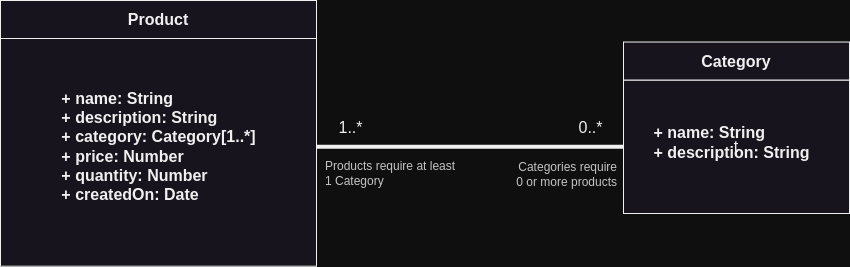
The draw.io diagram screenshots/umlDiagram.png in bmilcs/odin-inventory, before a commit. Source tidied: cells renumbered, new cells last; positions are measured from the earlier drawing's top-left corner, leaving out a move shared by most shapes.
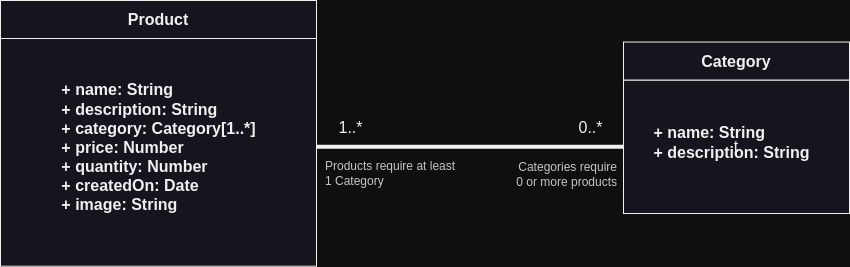
After the change.

Diff of the diagram source:
```diff
@@ -29,8 +29,8 @@
     <mxCell id="10" value="Product" style="rounded=0;whiteSpace=wrap;html=1;fontSize=16;fontStyle=1;" parent="8" vertex="1">
       <mxGeometry width="316" height="38" as="geometry" />
     </mxCell>
-    <mxCell id="11" value="&lt;div style=&quot;text-align: left; font-size: 16px;&quot;&gt;&lt;span style=&quot;background-color: initial; font-size: 16px;&quot;&gt;+ name: String&lt;/span&gt;&lt;/div&gt;&lt;div style=&quot;text-align: left; font-size: 16px;&quot;&gt;&lt;span style=&quot;background-color: initial; font-size: 16px;&quot;&gt;+ description: String&lt;/span&gt;&lt;/div&gt;&lt;div style=&quot;text-align: left; font-size: 16px;&quot;&gt;&lt;span style=&quot;background-color: initial;&quot;&gt;+ category: Category[1..*]&lt;/span&gt;&lt;/div&gt;&lt;div style=&quot;text-align: left; font-size: 16px;&quot;&gt;&lt;span style=&quot;background-color: initial;&quot;&gt;+ price: Number&lt;/span&gt;&lt;/div&gt;&lt;div style=&quot;text-align: left; font-size: 16px;&quot;&gt;&lt;span style=&quot;background-color: initial;&quot;&gt;+ quantity: Number&lt;/span&gt;&lt;/div&gt;&lt;div style=&quot;text-align: left; font-size: 16px;&quot;&gt;+ createdOn: Date&lt;/div&gt;" style="text;html=1;align=center;verticalAlign=middle;strokeColor=none;fillColor=none;fontSize=16;fontStyle=1;" parent="8" vertex="1">
-      <mxGeometry x="52" y="83" width="212" height="127" as="geometry" />
+    <mxCell id="11" value="&lt;div style=&quot;text-align: left; font-size: 16px;&quot;&gt;&lt;span style=&quot;background-color: initial; font-size: 16px;&quot;&gt;+ name: String&lt;/span&gt;&lt;/div&gt;&lt;div style=&quot;text-align: left; font-size: 16px;&quot;&gt;&lt;span style=&quot;background-color: initial; font-size: 16px;&quot;&gt;+ description: String&lt;/span&gt;&lt;/div&gt;&lt;div style=&quot;text-align: left; font-size: 16px;&quot;&gt;&lt;span style=&quot;background-color: initial;&quot;&gt;+ category: Category[1..*]&lt;/span&gt;&lt;/div&gt;&lt;div style=&quot;text-align: left; font-size: 16px;&quot;&gt;&lt;span style=&quot;background-color: initial;&quot;&gt;+ price: Number&lt;/span&gt;&lt;/div&gt;&lt;div style=&quot;text-align: left; font-size: 16px;&quot;&gt;&lt;span style=&quot;background-color: initial;&quot;&gt;+ quantity: Number&lt;/span&gt;&lt;/div&gt;&lt;div style=&quot;text-align: left; font-size: 16px;&quot;&gt;+ createdOn: Date&lt;/div&gt;&lt;div style=&quot;text-align: left; font-size: 16px;&quot;&gt;+ image: String&lt;/div&gt;" style="text;html=1;align=center;verticalAlign=middle;strokeColor=none;fillColor=none;fontSize=16;fontStyle=1;" parent="8" vertex="1">
+      <mxGeometry x="52" y="74" width="212" height="146" as="geometry" />
     </mxCell>
     <mxCell id="12" style="edgeStyle=orthogonalEdgeStyle;rounded=0;jettySize=auto;html=1;entryX=0;entryY=0.5;entryDx=0;entryDy=0;fontSize=16;strokeWidth=4;endArrow=none;endFill=0;" parent="1" edge="1" source="9" target="5">
       <mxGeometry relative="1" as="geometry" />
```
